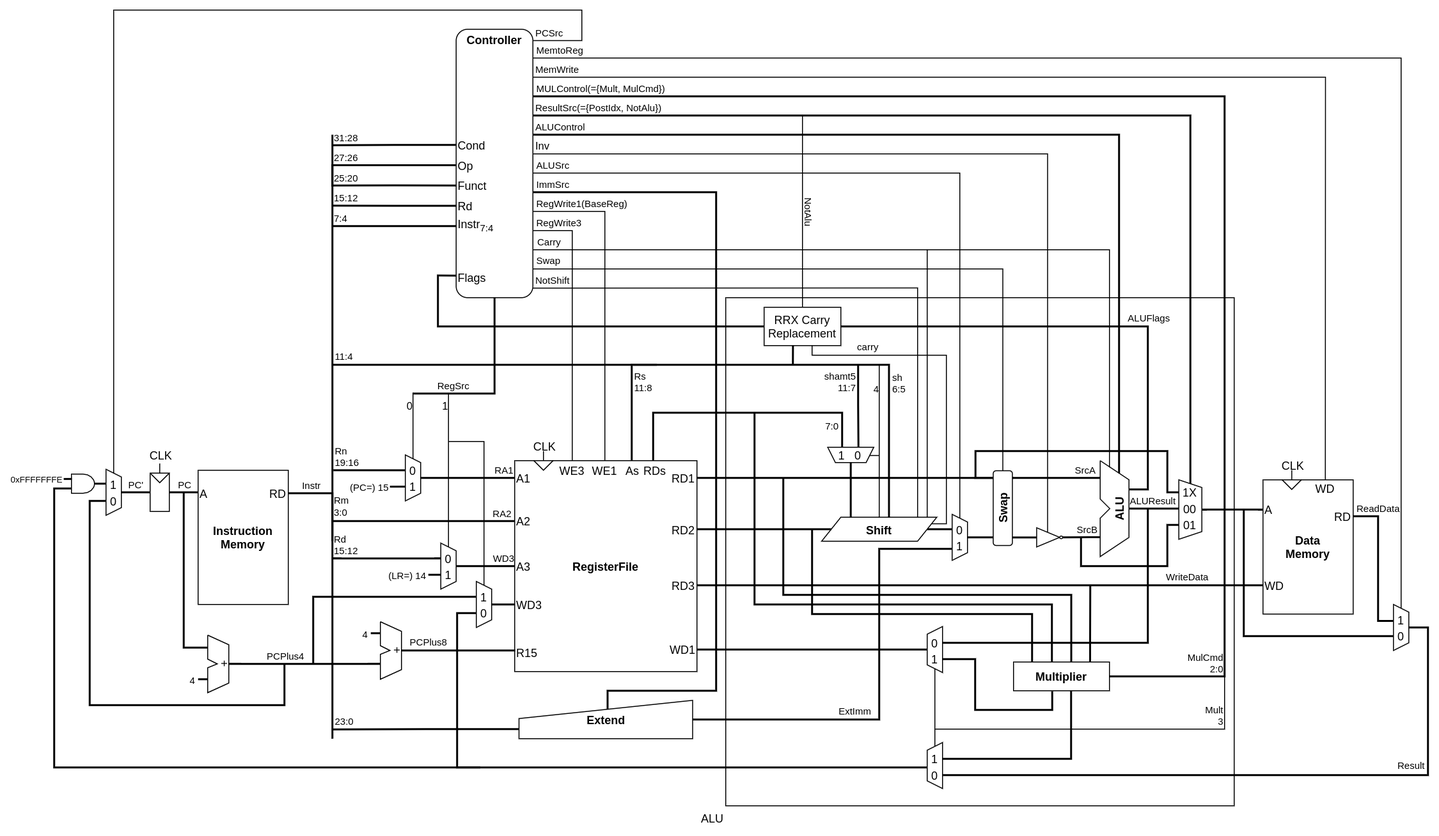
Earlier version of the draw.io export asset/arm_cpu_diagram.drawio.png (takah29/arm-cpu). Source tidied: cells renumbered, new cells last; positions are measured from the earlier drawing's top-left corner, leaving out a move shared by most shapes.
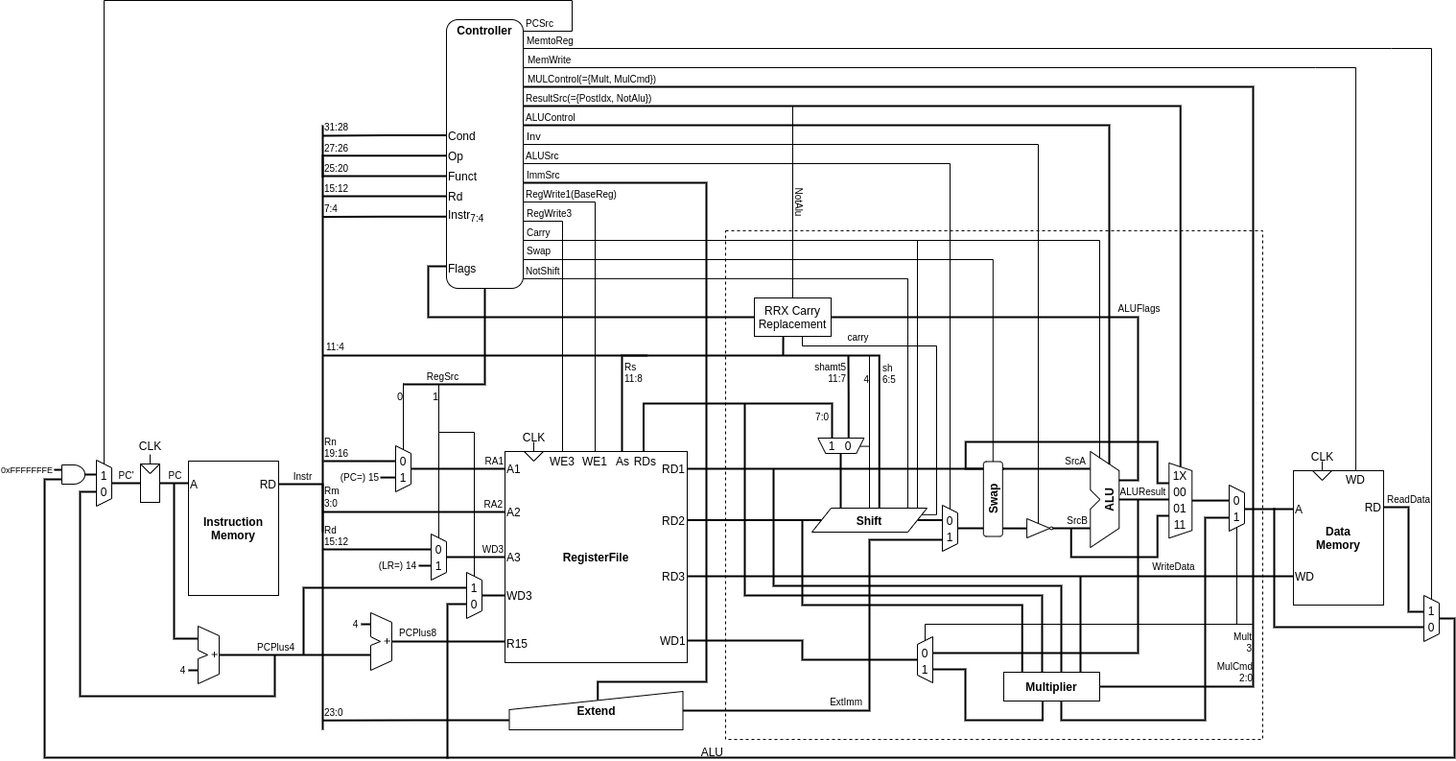
After the commit.

Commit message:
ALUブロックの回路を修正

The edit, as a diff of the source:
```diff
@@ -2,8 +2,8 @@
   <root>
     <mxCell id="0" />
     <mxCell id="1" parent="0" />
-    <mxCell id="2" value="ALU" style="rounded=0;whiteSpace=wrap;html=1;verticalAlign=top;labelPosition=left;verticalLabelPosition=bottom;align=right;" parent="1" vertex="1">
-      <mxGeometry x="700" y="300" width="530" height="530" as="geometry" />
+    <mxCell id="2" value="ALU" style="rounded=0;whiteSpace=wrap;html=1;verticalAlign=top;labelPosition=left;verticalLabelPosition=bottom;align=right;dashed=1;fillColor=none;shadow=0;" parent="1" vertex="1">
+      <mxGeometry x="710" y="240" width="560" height="530" as="geometry" />
     </mxCell>
     <mxCell id="3" style="group;" parent="1" vertex="1">
       <mxGeometry x="366" y="464" width="16" height="48" as="geometry" />
@@ -33,7 +33,7 @@
     </mxCell>
     <mxCell id="9" style="edgeStyle=orthogonalEdgeStyle;rounded=0;jettySize=auto;html=1;exitX=0;exitY=0.5;exitDx=0;exitDy=0;endArrow=none;endFill=0;strokeWidth=2;" parent="1" edge="1" source="221">
       <mxGeometry relative="1" as="geometry">
-        <mxPoint x="444" y="790" as="targetPoint" />
+        <mxPoint x="420" y="790" as="targetPoint" />
         <Array as="points">
           <mxPoint x="420" y="629" />
           <mxPoint x="420" y="790" />
@@ -326,20 +326,23 @@
       <mxGeometry x="484.5" y="720" width="181" height="40" as="geometry" />
     </mxCell>
     <mxCell id="67" style="group;" parent="1" vertex="1">
-      <mxGeometry x="1180.3" y="504" width="35" height="48" as="geometry" />
+      <mxGeometry x="1162.3" y="503" width="46.2" height="56.5" as="geometry" />
     </mxCell>
     <mxCell id="68" style="shape=trapezoid;perimeter=trapezoidPerimeter;whiteSpace=wrap;html=1;fixedSize=1;rotation=90;size=8;" parent="67" vertex="1">
-      <mxGeometry x="-27" y="5" width="62" height="24" as="geometry" />
+      <mxGeometry x="-17.1" y="6.1" width="78.2" height="24" as="geometry" />
     </mxCell>
     <mxCell id="69" value="01" style="text;html=1;strokeColor=none;fillColor=none;align=center;verticalAlign=middle;whiteSpace=wrap;rounded=0;" parent="67" vertex="1">
-      <mxGeometry x="-1" y="23" width="10" height="20" as="geometry" />
+      <mxGeometry x="17" y="16" width="10" height="20" as="geometry" />
     </mxCell>
     <mxCell id="70" value="00" style="text;html=1;strokeColor=none;fillColor=none;align=center;verticalAlign=middle;whiteSpace=wrap;rounded=0;" parent="67" vertex="1">
-      <mxGeometry x="-1" y="6" width="10" height="20" as="geometry" />
+      <mxGeometry x="17" y="-1" width="10" height="20" as="geometry" />
     </mxCell>
     <mxCell id="71" value="1X" style="text;html=1;strokeColor=none;fillColor=none;align=center;verticalAlign=middle;whiteSpace=wrap;rounded=0;" parent="67" vertex="1">
-      <mxGeometry x="-1" y="-11" width="10" height="20" as="geometry" />
+      <mxGeometry x="17" y="-18" width="10" height="20" as="geometry" />
     </mxCell>
+    <mxCell id="247" value="11" style="text;html=1;strokeColor=none;fillColor=none;align=center;verticalAlign=middle;whiteSpace=wrap;rounded=0;" parent="67" vertex="1">
+      <mxGeometry x="17" y="32.5" width="10" height="20" as="geometry" />
+    </mxCell>
     <mxCell id="72" style="edgeStyle=orthogonalEdgeStyle;rounded=0;jettySize=auto;html=1;entryX=0.5;entryY=1;entryDx=0;entryDy=0;endArrow=none;endFill=0;strokeWidth=2;" parent="1" edge="1" target="56">
       <mxGeometry relative="1" as="geometry">
         <mxPoint x="1172.3" y="520" as="sourcePoint" />
@@ -364,10 +367,10 @@
         </Array>
       </mxGeometry>
     </mxCell>
-    <mxCell id="75" style="edgeStyle=orthogonalEdgeStyle;rounded=0;jettySize=auto;html=1;exitX=0;exitY=0.5;exitDx=0;exitDy=0;entryX=0.5;entryY=0;entryDx=0;entryDy=0;endArrow=none;endFill=0;strokeWidth=2;" parent="1" edge="1" source="112" target="68">
+    <mxCell id="75" style="edgeStyle=orthogonalEdgeStyle;rounded=0;jettySize=auto;html=1;exitX=0;exitY=0.5;exitDx=0;exitDy=0;entryX=0.5;entryY=0;entryDx=0;entryDy=0;endArrow=none;endFill=0;strokeWidth=2;" parent="1" edge="1" source="112" target="249">
       <mxGeometry relative="1" as="geometry">
         <Array as="points">
-          <mxPoint x="1230.3" y="521" />
+          <mxPoint x="1251" y="530" />
         </Array>
       </mxGeometry>
     </mxCell>
@@ -376,11 +379,11 @@
     </mxCell>
     <mxCell id="77" value="&lt;font style=&quot;font-size: 10px&quot;&gt;WriteData&lt;/font&gt;" style="edgeLabel;html=1;align=center;verticalAlign=bottom;fontSize=7;labelBackgroundColor=none;" parent="76" vertex="1">
       <mxGeometry x="-0.7" relative="1" as="geometry">
-        <mxPoint x="7.1" y="-1" as="offset" />
+        <mxPoint x="-31.9" y="-2" as="offset" />
       </mxGeometry>
     </mxCell>
     <mxCell id="78" style="group;" parent="1" vertex="1">
-      <mxGeometry x="1396" y="620" width="16" height="48" as="geometry" />
+      <mxGeometry x="1438" y="620" width="16" height="48" as="geometry" />
     </mxCell>
     <mxCell id="79" style="shape=trapezoid;perimeter=trapezoidPerimeter;whiteSpace=wrap;html=1;fixedSize=1;rotation=90;size=8;" parent="78" vertex="1">
       <mxGeometry x="-16" y="16" width="48" height="16" as="geometry" />
@@ -394,8 +397,8 @@
     <mxCell id="82" style="edgeStyle=orthogonalEdgeStyle;rounded=0;jettySize=auto;html=1;exitX=1;exitY=0.5;exitDx=0;exitDy=0;entryX=0.356;entryY=0.998;entryDx=0;entryDy=0;entryPerimeter=0;endArrow=none;endFill=0;strokeWidth=2;" parent="1" edge="1" source="114" target="79">
       <mxGeometry relative="1" as="geometry">
         <Array as="points">
-          <mxPoint x="1380" y="528" />
-          <mxPoint x="1380" y="637" />
+          <mxPoint x="1422" y="528" />
+          <mxPoint x="1422" y="637" />
         </Array>
       </mxGeometry>
     </mxCell>
@@ -406,10 +409,9 @@
     </mxCell>
     <mxCell id="84" style="edgeStyle=orthogonalEdgeStyle;rounded=0;jettySize=auto;html=1;exitX=0.687;exitY=0.994;exitDx=0;exitDy=0;endArrow=none;endFill=0;exitPerimeter=0;strokeWidth=2;" parent="1" edge="1" source="79">
       <mxGeometry relative="1" as="geometry">
-        <mxPoint x="1240" y="521" as="targetPoint" />
+        <mxPoint x="1282" y="529" as="targetPoint" />
         <Array as="points">
-          <mxPoint x="1240" y="653" />
-          <mxPoint x="1240" y="528" />
+          <mxPoint x="1282" y="653" />
         </Array>
       </mxGeometry>
     </mxCell>
@@ -524,13 +526,13 @@
       <mxGeometry x="160" y="187" width="30" height="20" as="geometry" />
     </mxCell>
     <mxCell id="110" style="group;align=left;" parent="1" vertex="1">
-      <mxGeometry x="1260" y="489" width="94" height="141" as="geometry" />
+      <mxGeometry x="1302" y="489" width="94" height="141" as="geometry" />
     </mxCell>
     <mxCell id="111" value="&lt;b&gt;Data&lt;br&gt;Memory&lt;/b&gt;" style="rounded=0;whiteSpace=wrap;html=1;" parent="110" vertex="1">
       <mxGeometry y="1" width="94" height="140" as="geometry" />
     </mxCell>
     <mxCell id="112" value="A" style="text;html=1;strokeColor=none;fillColor=none;align=left;verticalAlign=middle;whiteSpace=wrap;rounded=0;" parent="110" vertex="1">
-      <mxGeometry y="22" width="30" height="20" as="geometry" />
+      <mxGeometry y="31" width="30" height="20" as="geometry" />
     </mxCell>
     <mxCell id="113" value="WD" style="text;html=1;strokeColor=none;fillColor=none;align=left;verticalAlign=middle;whiteSpace=wrap;rounded=0;" parent="110" vertex="1">
       <mxGeometry y="101" width="40" height="20" as="geometry" />
@@ -646,10 +648,12 @@
         <mxPoint x="-6.1" as="offset" />
       </mxGeometry>
     </mxCell>
-    <mxCell id="140" style="edgeStyle=orthogonalEdgeStyle;rounded=0;jettySize=auto;html=1;endArrow=none;endFill=0;strokeWidth=2;fontSize=12;exitX=0.458;exitY=0;exitDx=0;exitDy=0;exitPerimeter=0;entryX=0.2;entryY=0.75;entryDx=0;entryDy=0;entryPerimeter=0;" parent="1" edge="1" source="203" target="216">
+    <mxCell id="140" style="edgeStyle=orthogonalEdgeStyle;rounded=0;jettySize=auto;html=1;endArrow=none;endFill=0;strokeWidth=2;fontSize=12;exitX=0.5;exitY=0;exitDx=0;exitDy=0;entryX=0.2;entryY=0.75;entryDx=0;entryDy=0;entryPerimeter=0;" parent="1" edge="1" source="79" target="216">
       <mxGeometry relative="1" as="geometry">
         <Array as="points">
-          <mxPoint y="790" />
+          <mxPoint x="1470" y="644" />
+          <mxPoint x="1470" y="789" />
+          <mxPoint y="789" />
           <mxPoint y="499" />
         </Array>
       </mxGeometry>
@@ -959,7 +963,7 @@
       <mxGeometry relative="1" as="geometry">
         <mxPoint x="1140" y="520" as="targetPoint" />
         <Array as="points">
-          <mxPoint x="1140" y="660" />
+          <mxPoint x="1140" y="680" />
         </Array>
       </mxGeometry>
     </mxCell>
@@ -1002,14 +1006,21 @@
         </Array>
       </mxGeometry>
     </mxCell>
-    <mxCell id="194" style="edgeStyle=orthogonalEdgeStyle;rounded=0;jettySize=auto;html=1;exitX=0.6;exitY=1.01;exitDx=0;exitDy=0;entryX=0.645;entryY=1.013;entryDx=0;entryDy=0;endArrow=none;endFill=0;strokeWidth=2;exitPerimeter=0;entryPerimeter=0;" parent="1" edge="1" source="195" target="203">
-      <mxGeometry relative="1" as="geometry" />
+    <mxCell id="194" style="edgeStyle=orthogonalEdgeStyle;rounded=0;jettySize=auto;html=1;exitX=0.6;exitY=1.01;exitDx=0;exitDy=0;endArrow=none;endFill=0;strokeWidth=2;exitPerimeter=0;entryX=0;entryY=0.5;entryDx=0;entryDy=0;" parent="1" edge="1" source="195" target="204">
+      <mxGeometry relative="1" as="geometry">
+        <Array as="points">
+          <mxPoint x="1060" y="750" />
+          <mxPoint x="1210" y="750" />
+          <mxPoint x="1210" y="539" />
+          <mxPoint x="1238" y="539" />
+        </Array>
+      </mxGeometry>
     </mxCell>
     <mxCell id="195" value="&lt;b&gt;Multiplier&lt;/b&gt;" style="rounded=0;whiteSpace=wrap;html=1;" parent="1" vertex="1">
-      <mxGeometry x="1000" y="680" width="100" height="30" as="geometry" />
+      <mxGeometry x="1000" y="700" width="100" height="30" as="geometry" />
     </mxCell>
     <mxCell id="196" style="group;rotation=-180;" parent="1" vertex="1">
-      <mxGeometry x="910" y="645" width="16" height="48" as="geometry" />
+      <mxGeometry x="910" y="665" width="16" height="48" as="geometry" />
     </mxCell>
     <mxCell id="197" style="shape=trapezoid;perimeter=trapezoidPerimeter;whiteSpace=wrap;html=1;fixedSize=1;rotation=-90;size=8;" parent="196" vertex="1">
       <mxGeometry x="-16" y="14" width="48" height="16" as="geometry" />
@@ -1025,41 +1036,20 @@
     </mxCell>
     <mxCell id="201" style="edgeStyle=orthogonalEdgeStyle;rounded=0;jettySize=auto;html=1;entryX=0.404;entryY=1.014;entryDx=0;entryDy=0;entryPerimeter=0;endArrow=none;endFill=0;strokeWidth=2;" parent="1" edge="1" target="195">
       <mxGeometry relative="1" as="geometry">
-        <mxPoint x="926" y="677" as="sourcePoint" />
+        <mxPoint x="926" y="697" as="sourcePoint" />
         <Array as="points">
-          <mxPoint x="960" y="677" />
-          <mxPoint x="960" y="730" />
-          <mxPoint x="1040" y="730" />
+          <mxPoint x="960" y="697" />
+          <mxPoint x="960" y="750" />
+          <mxPoint x="1040" y="750" />
         </Array>
       </mxGeometry>
     </mxCell>
-    <mxCell id="202" style="group;rotation=-180;" parent="1" vertex="1">
-      <mxGeometry x="910" y="766" width="260" height="82" as="geometry" />
-    </mxCell>
-    <mxCell id="203" style="shape=trapezoid;perimeter=trapezoidPerimeter;whiteSpace=wrap;html=1;fixedSize=1;rotation=-90;size=8;" parent="202" vertex="1">
-      <mxGeometry x="-16" y="14" width="48" height="16" as="geometry" />
-    </mxCell>
-    <mxCell id="204" value="1" style="text;html=1;strokeColor=none;fillColor=none;align=center;verticalAlign=middle;whiteSpace=wrap;rounded=0;rotation=0;" parent="202" vertex="1">
-      <mxGeometry x="3" y="5" width="10" height="20" as="geometry" />
-    </mxCell>
-    <mxCell id="205" value="0" style="text;html=1;strokeColor=none;fillColor=none;align=center;verticalAlign=middle;whiteSpace=wrap;rounded=0;rotation=0;" parent="202" vertex="1">
-      <mxGeometry x="3" y="22" width="10" height="20" as="geometry" />
-    </mxCell>
-    <mxCell id="206" style="edgeStyle=orthogonalEdgeStyle;rounded=0;jettySize=auto;html=1;endArrow=none;endFill=0;strokeWidth=2;entryX=0.5;entryY=0;entryDx=0;entryDy=0;exitX=0.292;exitY=1.016;exitDx=0;exitDy=0;exitPerimeter=0;" parent="1" edge="1" source="203" target="79">
-      <mxGeometry relative="1" as="geometry" />
-    </mxCell>
-    <mxCell id="207" value="&lt;font style=&quot;font-size: 10px&quot;&gt;Result&lt;/font&gt;" style="edgeLabel;html=1;align=right;verticalAlign=bottom;labelBackgroundColor=none;" parent="206" vertex="1">
-      <mxGeometry x="0.39" y="-1" relative="1" as="geometry">
-        <mxPoint x="29.4" y="-3" as="offset" />
-      </mxGeometry>
-    </mxCell>
     <mxCell id="208" style="edgeStyle=orthogonalEdgeStyle;rounded=0;jettySize=auto;html=1;entryX=1;entryY=0.5;entryDx=0;entryDy=0;endArrow=none;endFill=0;strokeWidth=2;" parent="1" edge="1" target="195">
       <mxGeometry relative="1" as="geometry">
         <mxPoint x="499" y="90" as="sourcePoint" />
         <Array as="points">
-          <mxPoint x="499" y="90" />
-          <mxPoint x="1220" y="90" />
-          <mxPoint x="1220" y="695" />
+          <mxPoint x="1260" y="90" />
+          <mxPoint x="1260" y="715" />
         </Array>
       </mxGeometry>
     </mxCell>
@@ -1070,28 +1060,23 @@
     </mxCell>
     <mxCell id="210" value="&lt;font style=&quot;font-size: 10px&quot;&gt;MulCmd&lt;br&gt;&lt;div&gt;2:0&lt;/div&gt;&lt;/font&gt;" style="edgeLabel;html=1;align=right;verticalAlign=bottom;labelBackgroundColor=none;" parent="208" vertex="1">
       <mxGeometry x="0.9" relative="1" as="geometry">
-        <mxPoint x="48" as="offset" />
+        <mxPoint x="84" y="-1" as="offset" />
       </mxGeometry>
     </mxCell>
-    <mxCell id="211" style="edgeStyle=orthogonalEdgeStyle;rounded=0;jettySize=auto;html=1;exitX=0.5;exitY=1;exitDx=0;exitDy=0;endArrow=none;endFill=0;strokeWidth=1;" parent="1" edge="1" source="199">
+    <mxCell id="211" style="edgeStyle=orthogonalEdgeStyle;rounded=0;jettySize=auto;html=1;exitX=1;exitY=0.5;exitDx=0;exitDy=0;endArrow=none;endFill=0;strokeWidth=1;" parent="1" edge="1" source="197">
       <mxGeometry relative="1" as="geometry">
-        <mxPoint x="1220" y="695" as="targetPoint" />
+        <mxPoint x="1260" y="650" as="targetPoint" />
         <Array as="points">
-          <mxPoint x="918" y="750" />
-          <mxPoint x="1220" y="750" />
+          <mxPoint x="918" y="650" />
+          <mxPoint x="1260" y="650" />
         </Array>
       </mxGeometry>
     </mxCell>
-    <mxCell id="212" value="&lt;font style=&quot;font-size: 10px&quot;&gt;Mult&lt;br&gt;&lt;div&gt;3&lt;/div&gt;&lt;/font&gt;" style="edgeLabel;html=1;align=right;verticalAlign=bottom;labelBackgroundColor=none;" parent="211" vertex="1">
+    <mxCell id="212" value="&lt;font style=&quot;font-size: 10px&quot;&gt;Mult&lt;br&gt;&lt;div&gt;3&lt;/div&gt;&lt;/font&gt;" style="edgeLabel;html=1;align=right;verticalAlign=top;labelBackgroundColor=none;" parent="211" vertex="1">
       <mxGeometry x="0.49" y="-2" relative="1" as="geometry">
-        <mxPoint x="50.8" y="-2" as="offset" />
+        <mxPoint x="90.8" y="-2" as="offset" />
       </mxGeometry>
     </mxCell>
-    <mxCell id="213" style="edgeStyle=orthogonalEdgeStyle;rounded=0;jettySize=auto;html=1;exitX=1;exitY=0.5;exitDx=0;exitDy=0;endArrow=none;endFill=0;strokeWidth=1;" parent="1" edge="1" source="203">
-      <mxGeometry relative="1" as="geometry">
-        <mxPoint x="918" y="750" as="targetPoint" />
-      </mxGeometry>
-    </mxCell>
     <mxCell id="214" style="edgeStyle=orthogonalEdgeStyle;rounded=0;jettySize=auto;html=1;exitX=0;exitY=0.5;exitDx=0;exitDy=0;endArrow=none;endFill=0;strokeWidth=2;" parent="1" edge="1" source="23">
       <mxGeometry relative="1" as="geometry">
         <mxPoint x="290" y="225.4" as="targetPoint" />
@@ -1247,5 +1232,28 @@
         <mxPoint x="860" y="464" as="targetPoint" />
       </mxGeometry>
     </mxCell>
+    <mxCell id="248" style="group;" parent="1" vertex="1">
+      <mxGeometry x="1235" y="505" width="16" height="48" as="geometry" />
+    </mxCell>
+    <mxCell id="249" style="shape=trapezoid;perimeter=trapezoidPerimeter;whiteSpace=wrap;html=1;fixedSize=1;rotation=90;size=8;" parent="248" vertex="1">
+      <mxGeometry x="-16" y="16" width="48" height="16" as="geometry" />
+    </mxCell>
+    <mxCell id="204" value="1" style="text;html=1;strokeColor=none;fillColor=none;align=center;verticalAlign=middle;whiteSpace=wrap;rounded=0;" parent="248" vertex="1">
+      <mxGeometry x="3" y="23" width="10" height="20" as="geometry" />
+    </mxCell>
+    <mxCell id="205" value="0" style="text;html=1;strokeColor=none;fillColor=none;align=center;verticalAlign=middle;whiteSpace=wrap;rounded=0;" parent="248" vertex="1">
+      <mxGeometry x="3" y="6" width="10" height="20" as="geometry" />
+    </mxCell>
+    <mxCell id="250" style="edgeStyle=orthogonalEdgeStyle;rounded=0;jettySize=auto;html=1;exitX=0.5;exitY=0;exitDx=0;exitDy=0;endArrow=none;endFill=0;strokeWidth=2;" parent="1" edge="1" source="68">
+      <mxGeometry relative="1" as="geometry">
+        <mxPoint x="1235" y="521" as="targetPoint" />
+      </mxGeometry>
+    </mxCell>
+    <mxCell id="251" style="edgeStyle=orthogonalEdgeStyle;rounded=0;orthogonalLoop=1;jettySize=auto;html=1;endArrow=none;endFill=0;strokeWidth=1;" parent="1" edge="1">
+      <mxGeometry relative="1" as="geometry">
+        <mxPoint x="1243" y="549" as="sourcePoint" />
+        <mxPoint x="1243" y="650" as="targetPoint" />
+      </mxGeometry>
+    </mxCell>
   </root>
 </mxGraphModel>
```
